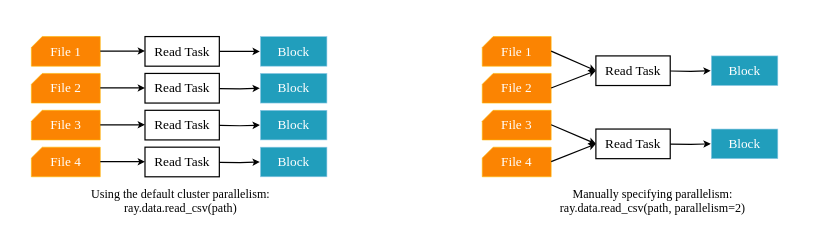
This is img/ch-ray-data/dataset-read.svg from godaai/scale-py-zh, a draw.io export, as it was before one commit. Source tidied: cells renumbered, new cells last; positions are measured from the earlier drawing's top-left corner, leaving out a move shared by most shapes.
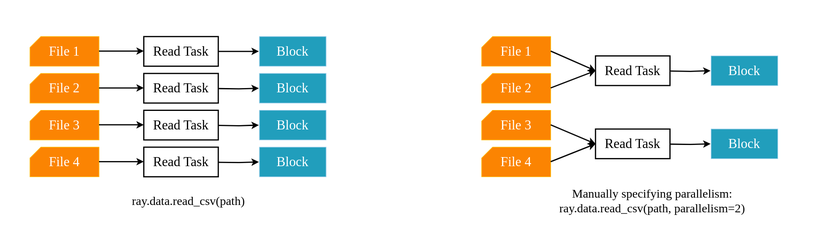
After the change.

What changed in the source:
```diff
@@ -144,8 +144,8 @@
     <mxCell id="36" value="&lt;font style=&quot;font-size: 22px;&quot; face=&quot;Times New Roman&quot; color=&quot;#ffffff&quot;&gt;Block&lt;/font&gt;" style="rounded=0;whiteSpace=wrap;html=1;fillColor=#219EBC;strokeColor=#90C9E6;fontSize=22;" parent="1" vertex="1">
       <mxGeometry x="1174" y="213" width="110" height="49" as="geometry" />
     </mxCell>
-    <mxCell id="37" value="&lt;div style=&quot;font-size: 20px;&quot;&gt;&lt;font face=&quot;Times New Roman&quot; style=&quot;font-size: 20px;&quot;&gt;Using the default cluster parallelism:&lt;/font&gt;&lt;/div&gt;&lt;div style=&quot;font-size: 20px;&quot;&gt;&lt;font face=&quot;Comic Sans MS&quot; style=&quot;font-size: 20px;&quot;&gt;ray.data.read_csv(path)&lt;/font&gt;&lt;/div&gt;" style="text;html=1;strokeColor=none;fillColor=none;align=center;verticalAlign=middle;whiteSpace=wrap;rounded=0;" parent="1" vertex="1">
-      <mxGeometry x="76" y="300" width="440" height="62" as="geometry" />
+    <mxCell id="37" value="&lt;div style=&quot;font-size: 20px;&quot;&gt;&lt;span style=&quot;background-color: initial;&quot;&gt;&lt;font face=&quot;Garamond&quot;&gt;ray.data.read_csv(path)&lt;/font&gt;&lt;/span&gt;&lt;br&gt;&lt;/div&gt;" style="text;html=1;strokeColor=none;fillColor=none;align=center;verticalAlign=middle;whiteSpace=wrap;rounded=0;" parent="1" vertex="1">
+      <mxGeometry x="91" y="300" width="440" height="62" as="geometry" />
     </mxCell>
     <mxCell id="38" value="&lt;div style=&quot;font-size: 20px;&quot;&gt;&lt;div&gt;&lt;font face=&quot;Times New Roman&quot;&gt;Manually specifying parallelism:&lt;/font&gt;&lt;/div&gt;&lt;div&gt;&lt;font face=&quot;Comic Sans MS&quot;&gt;ray.data.read_csv(path, parallelism=2)&lt;/font&gt;&lt;/div&gt;&lt;/div&gt;" style="text;html=1;strokeColor=none;fillColor=none;align=center;verticalAlign=middle;whiteSpace=wrap;rounded=0;" parent="1" vertex="1">
       <mxGeometry x="857" y="300" width="440" height="62" as="geometry" />
```
